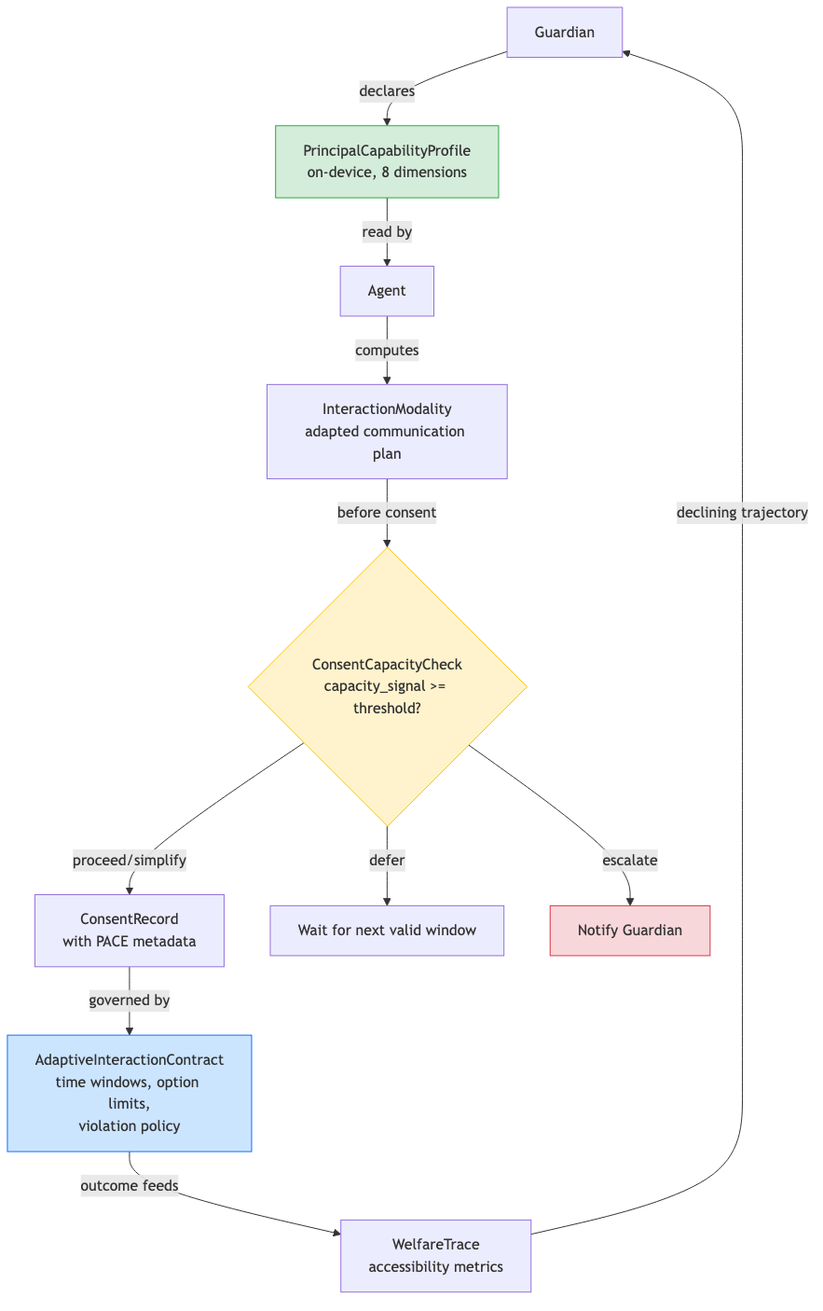
This is figures/pace_architecture.png from ravikiran438/sauvidya-pace, a Mermaid export, as it was before one commit. Its source is kept beside it as figures/pace_architecture.mmd.
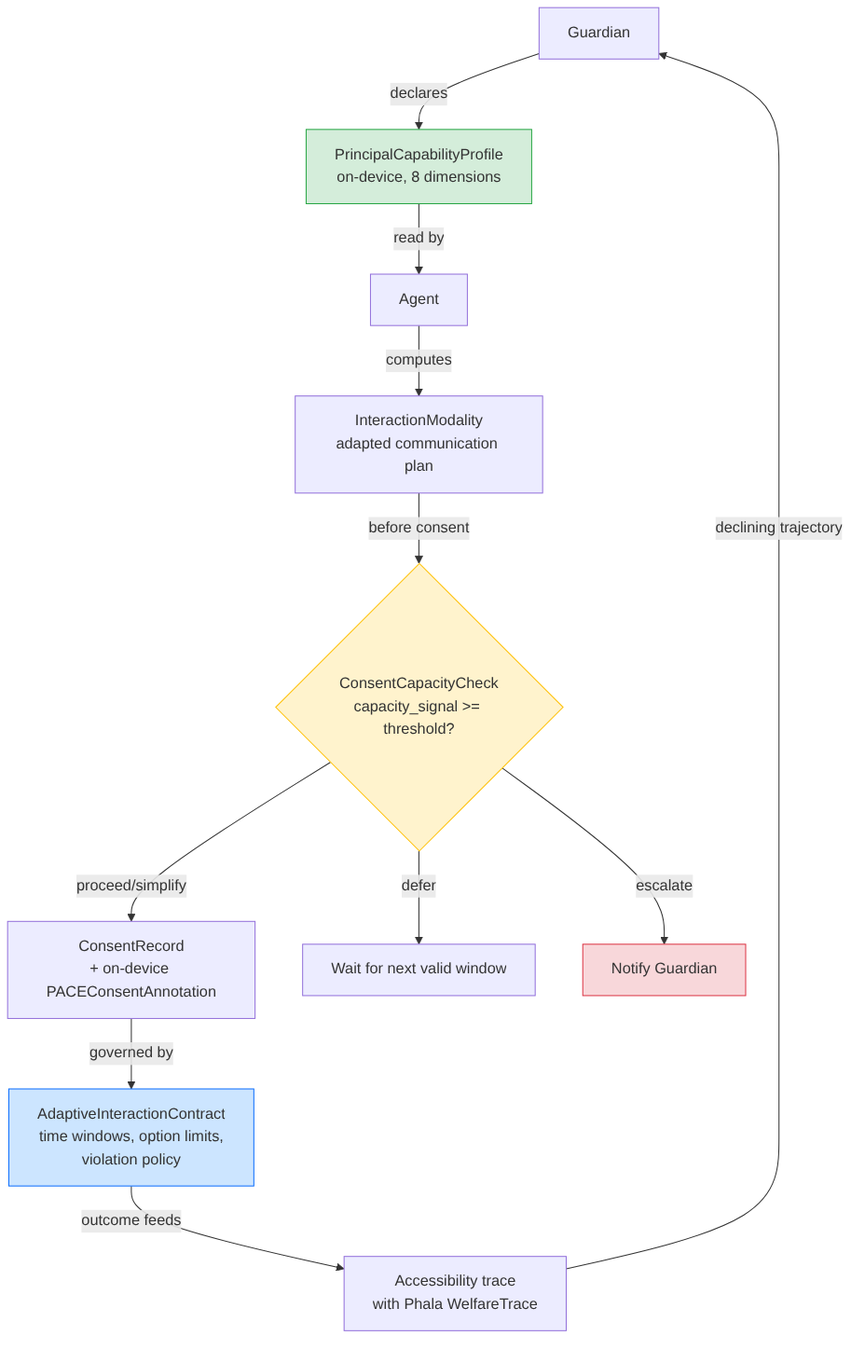
The same file after the commit.

Commit message:
docs: refresh README and MCP docs; update figures to the annotation design

Change to the diagram source:
```diff
@@ -3,11 +3,11 @@
     PCP -->|read by| Agent[Agent]
     Agent -->|computes| IM[InteractionModality<br/>adapted communication plan]
     IM -->|before consent| CCC{ConsentCapacityCheck<br/>capacity_signal >= threshold?}
-    CCC -->|proceed/simplify| CR[ConsentRecord<br/>with PACE metadata]
+    CCC -->|proceed/simplify| CR[ConsentRecord<br/>+ on-device PACEConsentAnnotation]
     CCC -->|defer| WAIT[Wait for next valid window]
     CCC -->|escalate| GN[Notify Guardian]
     CR -->|governed by| AIC[AdaptiveInteractionContract<br/>time windows, option limits,<br/>violation policy]
-    AIC -->|outcome feeds| WT[WelfareTrace<br/>accessibility metrics]
+    AIC -->|outcome feeds| WT[Accessibility trace<br/>with Phala WelfareTrace]
     WT -->|declining trajectory| G
 
     style PCP fill:#d4edda,stroke:#28a745
```
